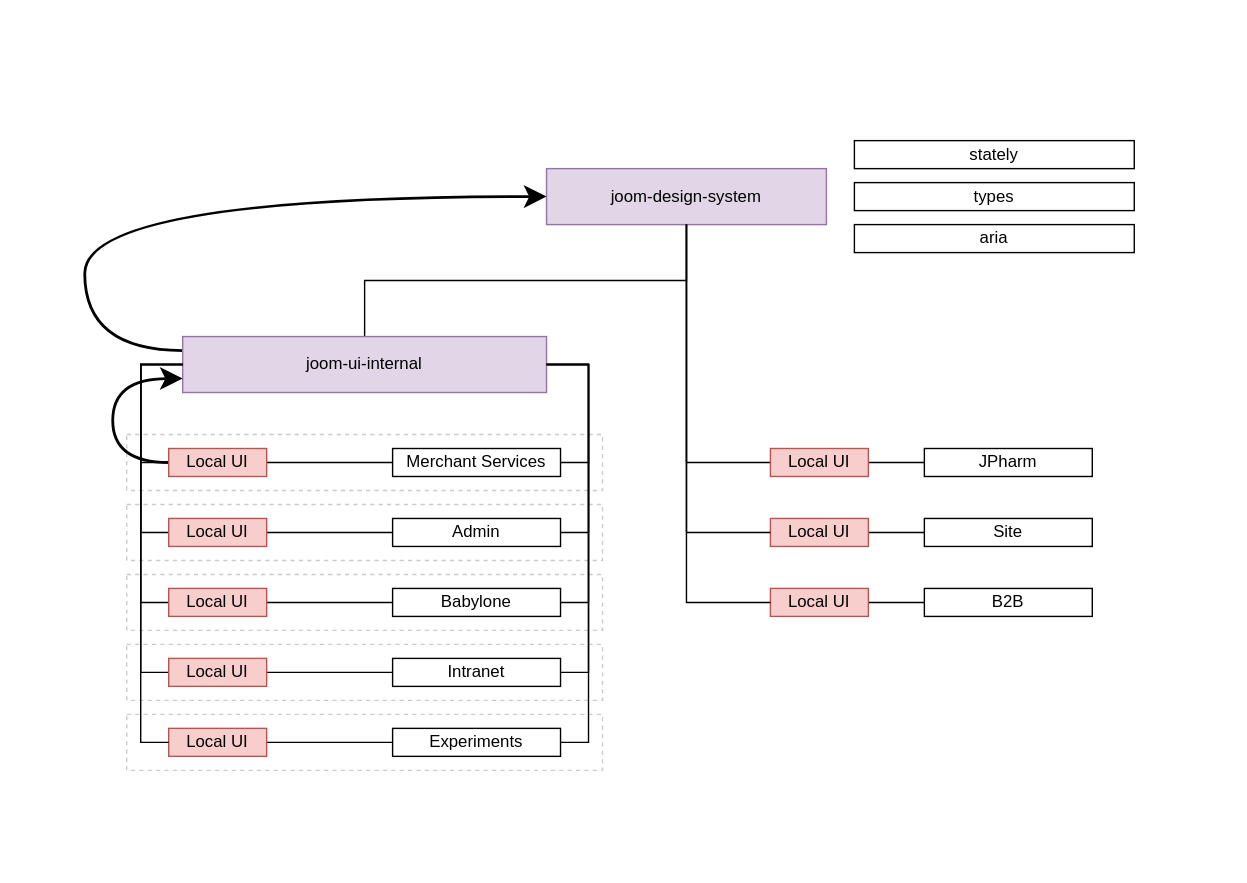
This is design-system.svg from ajile/draw-io, a draw.io export, as it was before one commit. Source tidied: cells renumbered, new cells last; positions are measured from the earlier drawing's top-left corner, leaving out a move shared by most shapes.
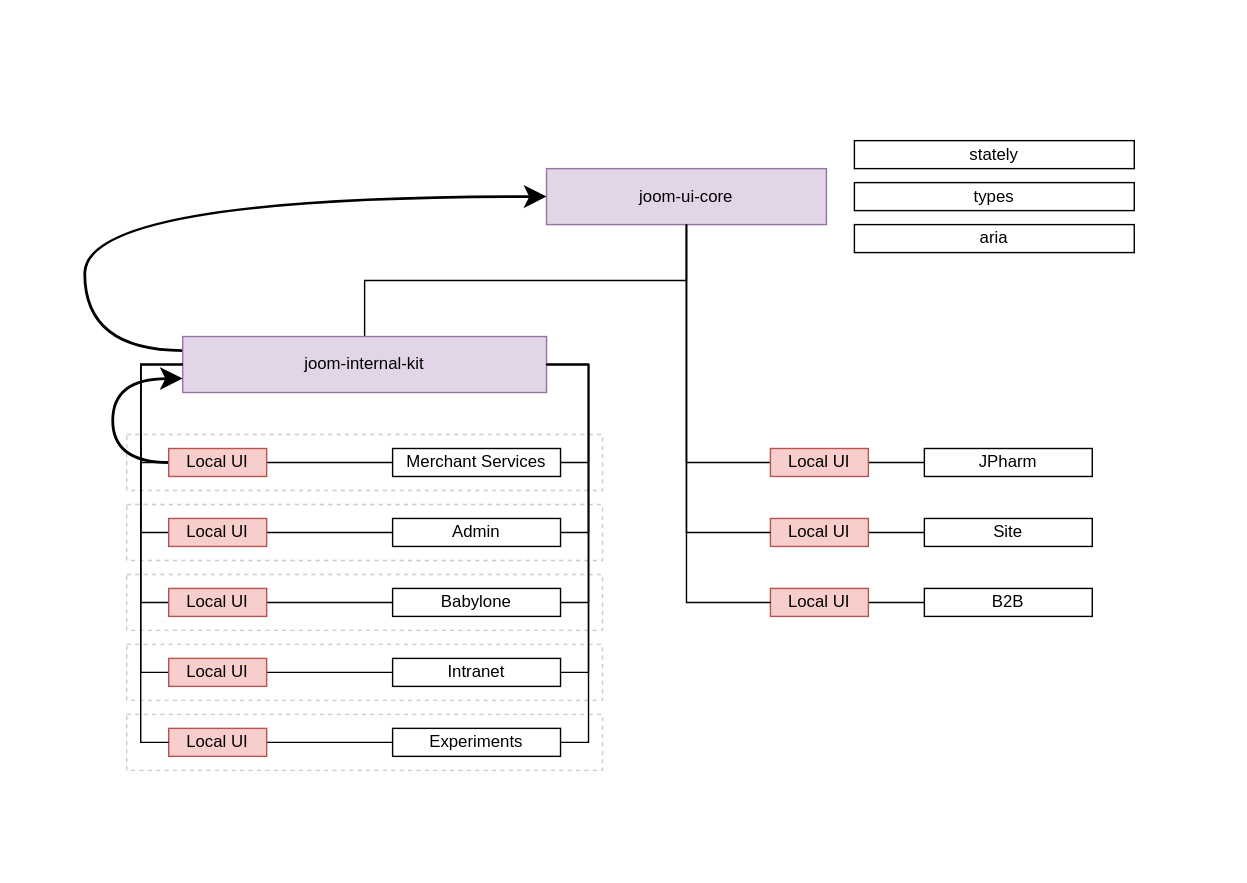
Later version of the same file.

Diff of the diagram source:
```diff
@@ -18,7 +18,7 @@
     <mxCell id="7" style="rounded=0;whiteSpace=wrap;html=1;dashed=1;fillColor=none;strokeColor=#CCCCCC;" parent="3" vertex="1">
       <mxGeometry x="90" y="310" width="340" height="40" as="geometry" />
     </mxCell>
-    <mxCell id="8" value="joom-design-system" style="rounded=0;whiteSpace=wrap;html=1;fillColor=#e1d5e7;strokeColor=#9673a6;" parent="3" vertex="1">
+    <mxCell id="8" value="joom-ui-core" style="rounded=0;whiteSpace=wrap;html=1;fillColor=#e1d5e7;strokeColor=#9673a6;" parent="3" vertex="1">
       <mxGeometry x="390" y="120" width="200" height="40" as="geometry" />
     </mxCell>
     <mxCell id="9" style="edgeStyle=orthogonalEdgeStyle;rounded=0;jettySize=auto;html=1;endArrow=none;endFill=0;startSize=10;endSize=10;exitX=0.5;exitY=0;exitDx=0;exitDy=0;" parent="3" edge="1" source="11" target="8">
@@ -32,7 +32,7 @@
         </Array>
       </mxGeometry>
     </mxCell>
-    <mxCell id="11" value="&lt;span&gt;joom-ui-internal&lt;/span&gt;" style="rounded=0;whiteSpace=wrap;html=1;fillColor=#e1d5e7;strokeColor=#9673a6;" parent="3" vertex="1">
+    <mxCell id="11" value="joom-internal-kit" style="rounded=0;whiteSpace=wrap;html=1;fillColor=#e1d5e7;strokeColor=#9673a6;" parent="3" vertex="1">
       <mxGeometry x="130" y="240" width="260" height="40" as="geometry" />
     </mxCell>
     <mxCell id="12" style="edgeStyle=orthogonalEdgeStyle;rounded=0;jettySize=auto;html=1;endArrow=none;endFill=0;startSize=10;endSize=10;exitX=0;exitY=0.5;exitDx=0;exitDy=0;" parent="3" edge="1" source="40" target="8">
```
